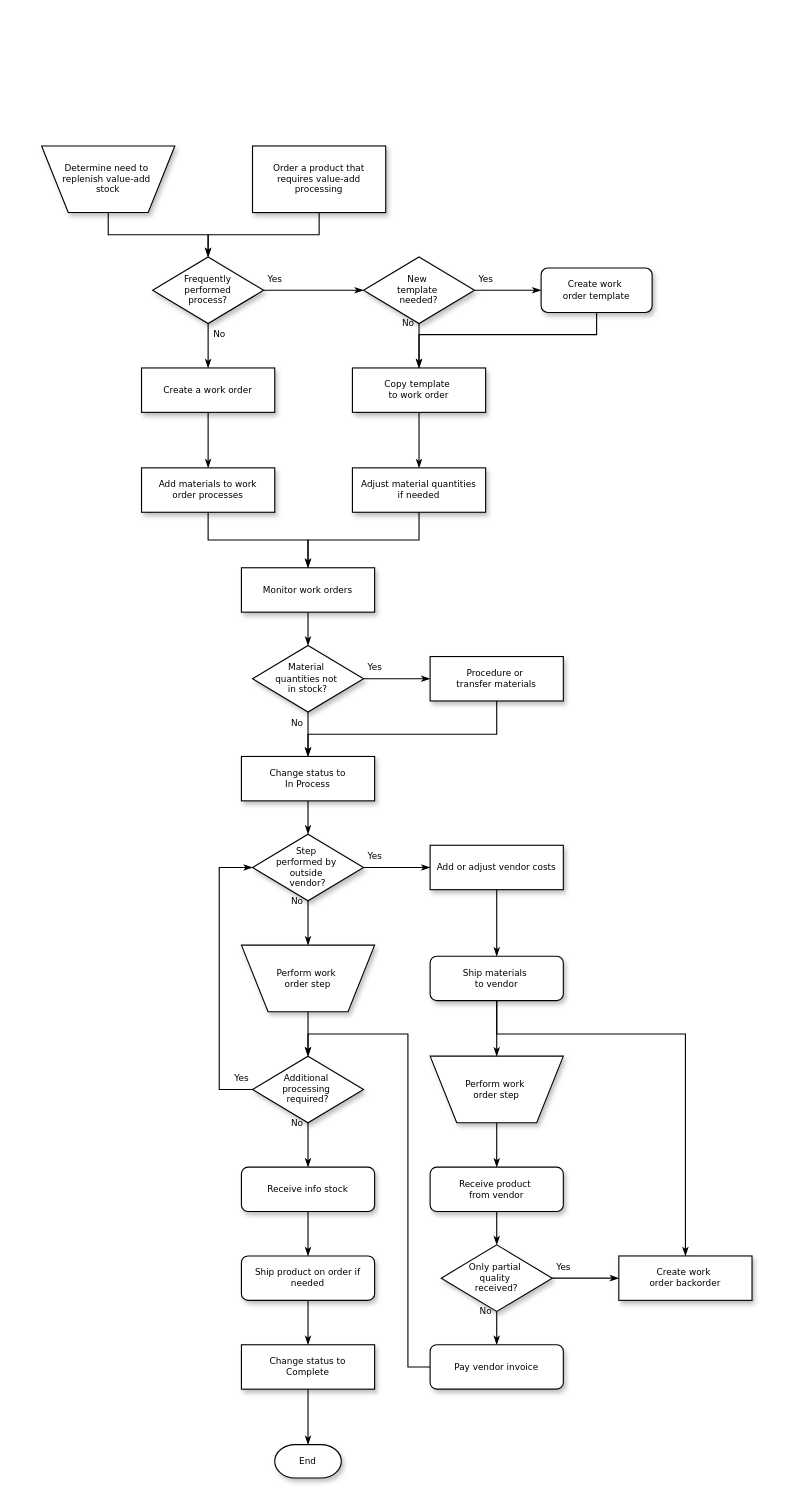
Earlier version of the draw.io diagram 未命名绘图.drawio (darKleaf-cn/test-rest-api). Source tidied: cells renumbered, new cells numbered last; positions are measured from the earlier drawing's top-left corner, leaving out a move shared by most shapes. Both pictures are drawn from the tidied source at 111%, with x=0, y=0 at pixel (41, 145).
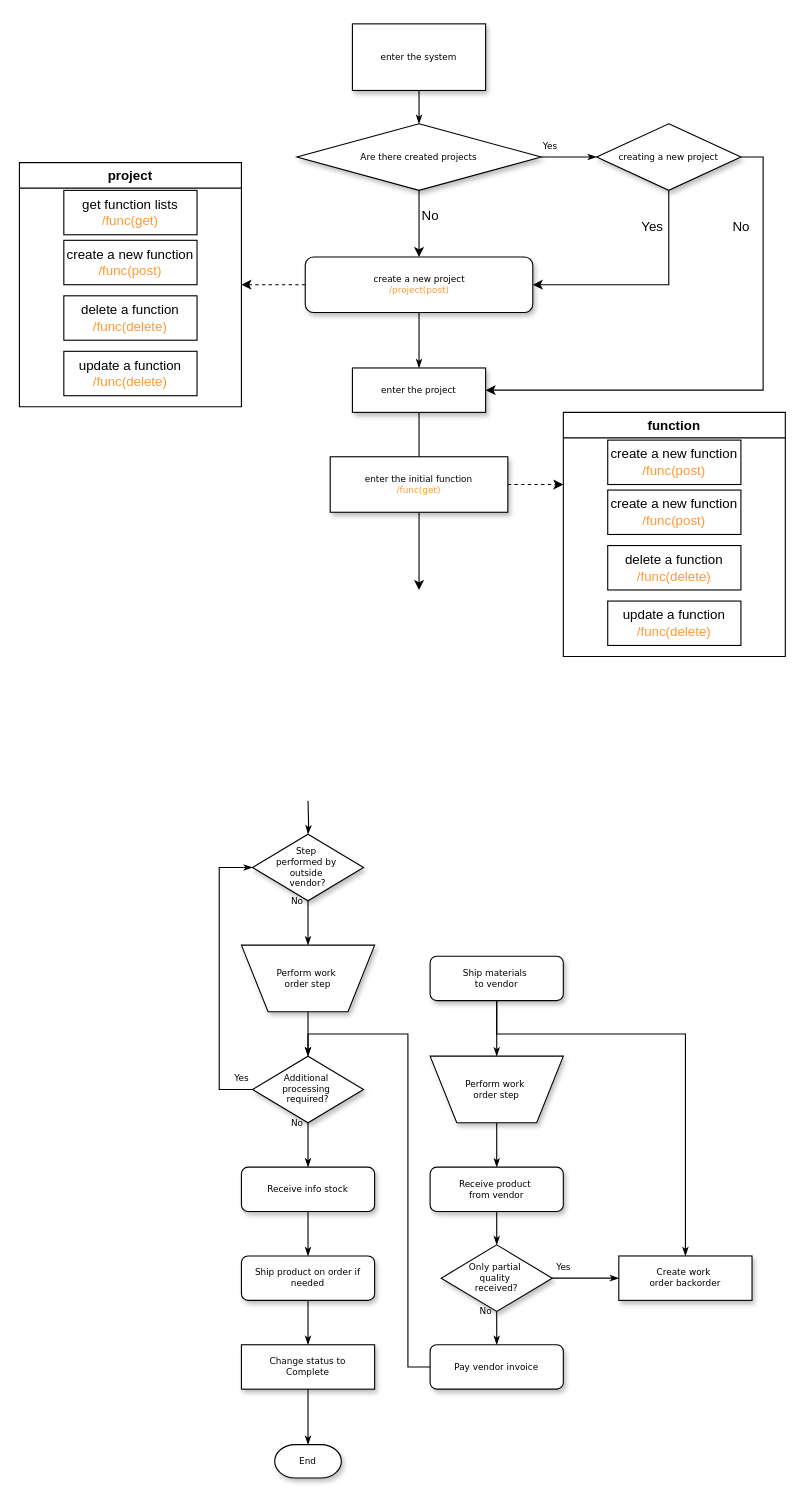
After the change.

The change refers to these unchanged cells:
```xml
<mxCell id="33" value="Step&amp;nbsp;&lt;div&gt;performed by&amp;nbsp;&lt;/div&gt;&lt;div&gt;outside&amp;nbsp;&lt;/div&gt;&lt;div&gt;vendor?&lt;/div&gt;" style="rhombus;whiteSpace=wrap;html=1;rounded=0;shadow=1;labelBackgroundColor=none;strokeWidth=1;fontFamily=Verdana;fontSize=8;align=center;" parent="1" vertex="1">
  <mxGeometry x="190" y="620" width="100" height="60" as="geometry" />
</mxCell>
<mxCell id="40" value="Ship materials&amp;nbsp;&lt;div&gt;to vendor&lt;/div&gt;" style="rounded=1;whiteSpace=wrap;html=1;shadow=1;labelBackgroundColor=none;strokeWidth=1;fontFamily=Verdana;fontSize=8;align=center;" parent="1" vertex="1">
  <mxGeometry x="350" y="730" width="120" height="40" as="geometry" />
</mxCell>
```

Diff of the diagram source:
```diff
@@
-    <mxCell id="2" style="edgeStyle=orthogonalEdgeStyle;rounded=0;html=1;labelBackgroundColor=none;startSize=5;endArrow=classicThin;endFill=1;endSize=5;jettySize=auto;strokeWidth=1;fontFamily=Verdana;fontSize=8;" parent="1" edge="1" source="3" target="8">
-      <mxGeometry relative="1" as="geometry" />
-    </mxCell>
-    <mxCell id="3" value="Determine need to&amp;nbsp;&lt;div&gt;replenish value-add&amp;nbsp;&lt;/div&gt;&lt;div&gt;stock&lt;/div&gt;" style="shape=trapezoid;whiteSpace=wrap;html=1;rounded=0;shadow=1;labelBackgroundColor=none;strokeWidth=1;fontFamily=Verdana;fontSize=8;align=center;flipV=1;" parent="1" vertex="1">
-      <mxGeometry width="120" height="60" as="geometry" />
-    </mxCell>
@@
-    <mxCell id="5" value="Order a product that&lt;div&gt;requires value-add processing&lt;/div&gt;" style="rounded=0;whiteSpace=wrap;html=1;shadow=1;labelBackgroundColor=none;strokeWidth=1;fontFamily=Verdana;fontSize=8;align=center;" parent="1" vertex="1">
-      <mxGeometry x="190" width="120" height="60" as="geometry" />
+    <mxCell id="5" value="enter the system" style="rounded=0;whiteSpace=wrap;html=1;shadow=1;labelBackgroundColor=none;strokeWidth=1;fontFamily=Verdana;fontSize=8;align=center;" parent="1" vertex="1">
+      <mxGeometry x="280" y="-110" width="120" height="60" as="geometry" />
     </mxCell>
-    <mxCell id="6" value="Yes" style="edgeStyle=orthogonalEdgeStyle;rounded=0;html=1;labelBackgroundColor=none;startSize=5;endArrow=classicThin;endFill=1;endSize=5;jettySize=auto;strokeWidth=1;fontFamily=Verdana;fontSize=8;" parent="1" edge="1" source="8" target="11">
-      <mxGeometry x="-0.78" y="10" relative="1" as="geometry" />
-    </mxCell>
-    <mxCell id="7" value="No" style="edgeStyle=orthogonalEdgeStyle;rounded=0;html=1;labelBackgroundColor=none;startSize=5;endArrow=classicThin;endFill=1;endSize=5;jettySize=auto;strokeWidth=1;fontFamily=Verdana;fontSize=8;" parent="1" edge="1" source="8" target="15">
-      <mxGeometry x="-0.5" y="10" relative="1" as="geometry" />
-    </mxCell>
+    <mxCell id="61" style="edgeStyle=orthogonalEdgeStyle;rounded=0;jettySize=auto;html=1;exitX=0.5;exitY=1;exitDx=0;exitDy=0;entryX=0.5;entryY=0;entryDx=0;entryDy=0;" parent="1" edge="1" source="8" target="13">
+      <mxGeometry relative="1" as="geometry" />
+    </mxCell>
-    <mxCell id="8" value="Frequently&lt;div&gt;performed&lt;/div&gt;&lt;div&gt;process?&lt;/div&gt;" style="rhombus;whiteSpace=wrap;html=1;rounded=0;shadow=1;labelBackgroundColor=none;strokeWidth=1;fontFamily=Verdana;fontSize=8;align=center;" parent="1" vertex="1">
-      <mxGeometry x="100" y="100" width="100" height="60" as="geometry" />
+    <mxCell id="8" value="Are there created projects" style="rhombus;whiteSpace=wrap;html=1;rounded=0;shadow=1;labelBackgroundColor=none;strokeWidth=1;fontFamily=Verdana;fontSize=8;align=center;" parent="1" vertex="1">
+      <mxGeometry x="230" y="-20" width="220" height="60" as="geometry" />
     </mxCell>
-    <mxCell id="9" value="Yes" style="edgeStyle=orthogonalEdgeStyle;rounded=0;html=1;labelBackgroundColor=none;startSize=5;endArrow=classicThin;endFill=1;endSize=5;jettySize=auto;strokeWidth=1;fontFamily=Verdana;fontSize=8;" parent="1" edge="1" source="11" target="13">
+    <mxCell id="9" value="Yes" style="edgeStyle=orthogonalEdgeStyle;rounded=0;html=1;labelBackgroundColor=none;startSize=5;endArrow=classicThin;endFill=1;endSize=5;jettySize=auto;strokeWidth=1;fontFamily=Verdana;fontSize=8;entryX=0;entryY=0.5;entryDx=0;entryDy=0;exitX=1;exitY=0.5;exitDx=0;exitDy=0;" parent="1" edge="1" source="8" target="11">
       <mxGeometry x="-0.67" y="10" relative="1" as="geometry" />
     </mxCell>
+    <mxCell id="62" style="edgeStyle=orthogonalEdgeStyle;rounded=0;orthogonalLoop=1;jettySize=auto;html=1;exitX=0;exitY=0.5;exitDx=0;exitDy=0;entryX=0;entryY=0.5;entryDx=0;entryDy=0;" parent="1" edge="1" source="11" target="11">
+      <mxGeometry relative="1" as="geometry" />
+    </mxCell>
+    <mxCell id="63" style="edgeStyle=orthogonalEdgeStyle;rounded=0;jettySize=auto;html=1;exitX=0.5;exitY=1;exitDx=0;exitDy=0;entryX=1;entryY=0.5;entryDx=0;entryDy=0;" parent="1" edge="1" source="11" target="13">
+      <mxGeometry relative="1" as="geometry" />
+    </mxCell>
-    <mxCell id="10" value="No" style="edgeStyle=orthogonalEdgeStyle;rounded=0;html=1;labelBackgroundColor=none;startSize=5;endArrow=classicThin;endFill=1;endSize=5;jettySize=auto;strokeWidth=1;fontFamily=Verdana;fontSize=8;" parent="1" edge="1" source="11" target="17">
-      <mxGeometry x="-1" y="-10" relative="1" as="geometry" />
+    <mxCell id="10" style="edgeStyle=orthogonalEdgeStyle;rounded=0;jettySize=auto;html=1;exitX=1;exitY=0.5;exitDx=0;exitDy=0;entryX=1;entryY=0.5;entryDx=0;entryDy=0;" parent="1" edge="1" source="11" target="17">
+      <mxGeometry relative="1" as="geometry" />
     </mxCell>
-    <mxCell id="11" value="New&amp;nbsp;&lt;div&gt;template&amp;nbsp;&lt;/div&gt;&lt;div&gt;needed?&lt;/div&gt;" style="rhombus;whiteSpace=wrap;html=1;rounded=0;shadow=1;labelBackgroundColor=none;strokeWidth=1;fontFamily=Verdana;fontSize=8;align=center;" parent="1" vertex="1">
-      <mxGeometry x="290" y="100" width="100" height="60" as="geometry" />
+    <mxCell id="11" value="creating a new project" style="rhombus;whiteSpace=wrap;html=1;rounded=0;shadow=1;labelBackgroundColor=none;strokeWidth=1;fontFamily=Verdana;fontSize=8;align=center;" parent="1" vertex="1">
+      <mxGeometry x="500" y="-20" width="130" height="60" as="geometry" />
     </mxCell>
-    <mxCell id="12" style="edgeStyle=orthogonalEdgeStyle;rounded=0;html=1;labelBackgroundColor=none;startSize=5;endArrow=classicThin;endFill=1;endSize=5;jettySize=auto;strokeWidth=1;fontFamily=Verdana;fontSize=8;" parent="1" edge="1" source="13" target="17">
+    <mxCell id="12" style="edgeStyle=orthogonalEdgeStyle;rounded=0;html=1;labelBackgroundColor=none;startSize=5;endArrow=classicThin;endFill=1;endSize=5;jettySize=auto;strokeWidth=1;fontFamily=Verdana;fontSize=8;exitX=0.5;exitY=1;exitDx=0;exitDy=0;" parent="1" edge="1" source="13" target="17">
       <mxGeometry relative="1" as="geometry">
         <Array as="points">
-          <mxPoint x="500" y="170" />
-          <mxPoint x="340" y="170" />
+          <mxPoint x="340" y="160" />
+          <mxPoint x="340" y="160" />
         </Array>
       </mxGeometry>
     </mxCell>
+    <mxCell id="64" style="edgeStyle=orthogonalEdgeStyle;rounded=0;jettySize=auto;html=1;exitX=0;exitY=0.5;exitDx=0;exitDy=0;entryX=1;entryY=0.5;entryDx=0;entryDy=0;dashed=1;" parent="1" edge="1" source="13" target="75">
+      <mxGeometry relative="1" as="geometry" />
+    </mxCell>
-    <mxCell id="13" value="Create work&amp;nbsp;&lt;div&gt;order template&lt;/div&gt;" style="rounded=1;whiteSpace=wrap;html=1;shadow=1;labelBackgroundColor=none;strokeWidth=1;fontFamily=Verdana;fontSize=8;align=center;" parent="1" vertex="1">
-      <mxGeometry x="450" y="110" width="100" height="40" as="geometry" />
+    <mxCell id="13" value="create a new project&lt;br&gt;&lt;font color=&quot;#ff9933&quot;&gt;/project(post)&lt;/font&gt;" style="rounded=1;whiteSpace=wrap;html=1;shadow=1;labelBackgroundColor=none;strokeWidth=1;fontFamily=Verdana;fontSize=8;align=center;" parent="1" vertex="1">
+      <mxGeometry x="237.5" y="100" width="205" height="50" as="geometry" />
     </mxCell>
-    <mxCell id="14" style="edgeStyle=orthogonalEdgeStyle;rounded=0;html=1;labelBackgroundColor=none;startSize=5;endArrow=classicThin;endFill=1;endSize=5;jettySize=auto;strokeWidth=1;fontFamily=Verdana;fontSize=8;" parent="1" edge="1" source="15" target="19">
-      <mxGeometry relative="1" as="geometry" />
-    </mxCell>
-    <mxCell id="15" value="Create a work order" style="whiteSpace=wrap;html=1;rounded=0;shadow=1;labelBackgroundColor=none;strokeWidth=1;fontFamily=Verdana;fontSize=8;align=center;" parent="1" vertex="1">
-      <mxGeometry x="90" y="200" width="120" height="40" as="geometry" />
-    </mxCell>
-    <mxCell id="16" style="edgeStyle=orthogonalEdgeStyle;rounded=0;html=1;labelBackgroundColor=none;startSize=5;endArrow=classicThin;endFill=1;endSize=5;jettySize=auto;strokeWidth=1;fontFamily=Verdana;fontSize=8;" parent="1" edge="1" source="17" target="21">
-      <mxGeometry relative="1" as="geometry" />
+    <mxCell id="16" style="edgeStyle=orthogonalEdgeStyle;rounded=0;html=1;labelBackgroundColor=none;startSize=5;endArrow=classicThin;endFill=1;endSize=5;jettySize=auto;strokeWidth=1;fontFamily=Verdana;fontSize=8;" parent="1" edge="1" source="17">
+      <mxGeometry relative="1" as="geometry">
+        <mxPoint x="340" y="290" as="targetPoint" />
+      </mxGeometry>
     </mxCell>
-    <mxCell id="17" value="Copy template&amp;nbsp;&lt;div&gt;to work order&lt;/div&gt;" style="whiteSpace=wrap;html=1;rounded=0;shadow=1;labelBackgroundColor=none;strokeWidth=1;fontFamily=Verdana;fontSize=8;align=center;" parent="1" vertex="1">
+    <mxCell id="17" value="enter the project" style="whiteSpace=wrap;html=1;rounded=0;shadow=1;labelBackgroundColor=none;strokeWidth=1;fontFamily=Verdana;fontSize=8;align=center;" parent="1" vertex="1">
       <mxGeometry x="280" y="200" width="120" height="40" as="geometry" />
     </mxCell>
-    <mxCell id="18" style="edgeStyle=orthogonalEdgeStyle;rounded=0;html=1;labelBackgroundColor=none;startSize=5;endArrow=classicThin;endFill=1;endSize=5;jettySize=auto;strokeWidth=1;fontFamily=Verdana;fontSize=8;" parent="1" edge="1" source="19" target="23">
-      <mxGeometry relative="1" as="geometry" />
-    </mxCell>
-    <mxCell id="19" value="Add materials to work order processes" style="whiteSpace=wrap;html=1;rounded=0;shadow=1;labelBackgroundColor=none;strokeWidth=1;fontFamily=Verdana;fontSize=8;align=center;spacing=6;" parent="1" vertex="1">
-      <mxGeometry x="90" y="290" width="120" height="40" as="geometry" />
-    </mxCell>
-    <mxCell id="20" style="edgeStyle=orthogonalEdgeStyle;rounded=0;html=1;labelBackgroundColor=none;startSize=5;endArrow=classicThin;endFill=1;endSize=5;jettySize=auto;strokeWidth=1;fontFamily=Verdana;fontSize=8;" parent="1" edge="1" source="21" target="23">
-      <mxGeometry relative="1" as="geometry" />
-    </mxCell>
-    <mxCell id="21" value="Adjust material quantities if needed" style="whiteSpace=wrap;html=1;rounded=0;shadow=1;labelBackgroundColor=none;strokeWidth=1;fontFamily=Verdana;fontSize=8;align=center;spacing=6;" parent="1" vertex="1">
-      <mxGeometry x="280" y="290" width="120" height="40" as="geometry" />
-    </mxCell>
-    <mxCell id="22" style="edgeStyle=orthogonalEdgeStyle;rounded=0;html=1;labelBackgroundColor=none;startSize=5;endArrow=classicThin;endFill=1;endSize=5;jettySize=auto;strokeWidth=1;fontFamily=Verdana;fontSize=8;" parent="1" edge="1" source="23" target="26">
-      <mxGeometry relative="1" as="geometry" />
-    </mxCell>
-    <mxCell id="23" value="Monitor work orders" style="whiteSpace=wrap;html=1;rounded=0;shadow=1;labelBackgroundColor=none;strokeWidth=1;fontFamily=Verdana;fontSize=8;align=center;" parent="1" vertex="1">
-      <mxGeometry x="180" y="380" width="120" height="40" as="geometry" />
-    </mxCell>
-    <mxCell id="24" value="Yes" style="edgeStyle=orthogonalEdgeStyle;rounded=0;html=1;labelBackgroundColor=none;startSize=5;endArrow=classicThin;endFill=1;endSize=5;jettySize=auto;strokeWidth=1;fontFamily=Verdana;fontSize=8;" parent="1" edge="1" source="26" target="28">
-      <mxGeometry x="-0.67" y="10" relative="1" as="geometry" />
-    </mxCell>
-    <mxCell id="25" value="No" style="edgeStyle=orthogonalEdgeStyle;rounded=0;html=1;labelBackgroundColor=none;startSize=5;endArrow=classicThin;endFill=1;endSize=5;jettySize=auto;strokeWidth=1;fontFamily=Verdana;fontSize=8;" parent="1" edge="1" source="26" target="30">
-      <mxGeometry x="-0.5" y="-10" relative="1" as="geometry" />
-    </mxCell>
-    <mxCell id="26" value="Material&amp;nbsp;&lt;div&gt;quantities not&amp;nbsp;&lt;/div&gt;&lt;div&gt;in stock?&lt;/div&gt;" style="rhombus;whiteSpace=wrap;html=1;rounded=0;shadow=1;labelBackgroundColor=none;strokeWidth=1;fontFamily=Verdana;fontSize=8;align=center;" parent="1" vertex="1">
-      <mxGeometry x="190" y="450" width="100" height="60" as="geometry" />
-    </mxCell>
-    <mxCell id="27" style="edgeStyle=orthogonalEdgeStyle;rounded=0;html=1;labelBackgroundColor=none;startSize=5;endArrow=classicThin;endFill=1;endSize=5;jettySize=auto;strokeWidth=1;fontFamily=Verdana;fontSize=8;" parent="1" edge="1" source="28" target="30">
-      <mxGeometry relative="1" as="geometry">
-        <Array as="points">
-          <mxPoint x="410" y="530" />
-          <mxPoint x="240" y="530" />
-        </Array>
-      </mxGeometry>
-    </mxCell>
-    <mxCell id="28" value="Procedure or&amp;nbsp;&lt;div&gt;transfer materials&lt;/div&gt;" style="whiteSpace=wrap;html=1;rounded=0;shadow=1;labelBackgroundColor=none;strokeWidth=1;fontFamily=Verdana;fontSize=8;align=center;" parent="1" vertex="1">
-      <mxGeometry x="350" y="460" width="120" height="40" as="geometry" />
-    </mxCell>
-    <mxCell id="29" style="edgeStyle=orthogonalEdgeStyle;rounded=0;html=1;labelBackgroundColor=none;startSize=5;endArrow=classicThin;endFill=1;endSize=5;jettySize=auto;strokeWidth=1;fontFamily=Verdana;fontSize=8;" parent="1" edge="1" source="30" target="33">
-      <mxGeometry relative="1" as="geometry" />
+    <mxCell id="29" style="edgeStyle=orthogonalEdgeStyle;rounded=0;html=1;labelBackgroundColor=none;startSize=5;endArrow=classicThin;endFill=1;endSize=5;jettySize=auto;strokeWidth=1;fontFamily=Verdana;fontSize=8;" parent="1" edge="1" target="33">
+      <mxGeometry relative="1" as="geometry">
+        <mxPoint x="240" y="590" as="sourcePoint" />
+      </mxGeometry>
     </mxCell>
-    <mxCell id="30" value="Change status to&lt;div&gt;In Process&lt;/div&gt;" style="whiteSpace=wrap;html=1;rounded=0;shadow=1;labelBackgroundColor=none;strokeWidth=1;fontFamily=Verdana;fontSize=8;align=center;" parent="1" vertex="1">
-      <mxGeometry x="180" y="550" width="120" height="40" as="geometry" />
-    </mxCell>
-    <mxCell id="31" value="Yes" style="edgeStyle=orthogonalEdgeStyle;rounded=0;html=1;labelBackgroundColor=none;startSize=5;endArrow=classicThin;endFill=1;endSize=5;jettySize=auto;strokeWidth=1;fontFamily=Verdana;fontSize=8;" parent="1" edge="1" source="33" target="35">
-      <mxGeometry x="-0.67" y="10" relative="1" as="geometry" />
-    </mxCell>
@@
-    <mxCell id="34" style="edgeStyle=orthogonalEdgeStyle;rounded=0;html=1;labelBackgroundColor=none;startSize=5;endArrow=classicThin;endFill=1;endSize=5;jettySize=auto;strokeWidth=1;fontFamily=Verdana;fontSize=8;" parent="1" edge="1" source="35" target="40">
-      <mxGeometry relative="1" as="geometry" />
-    </mxCell>
+    <mxCell id="65" style="edgeStyle=orthogonalEdgeStyle;rounded=0;jettySize=auto;html=1;" parent="1" edge="1" source="35">
+      <mxGeometry relative="1" as="geometry">
+        <mxPoint x="340" y="400" as="targetPoint" />
+      </mxGeometry>
+    </mxCell>
+    <mxCell id="66" style="edgeStyle=orthogonalEdgeStyle;rounded=0;jettySize=auto;html=1;exitX=1;exitY=0.5;exitDx=0;exitDy=0;dashed=1;" parent="1" edge="1" source="35">
+      <mxGeometry relative="1" as="geometry">
+        <mxPoint x="470" y="305" as="targetPoint" />
+      </mxGeometry>
+    </mxCell>
-    <mxCell id="35" value="Add or adjust vendor costs" style="whiteSpace=wrap;html=1;rounded=0;shadow=1;labelBackgroundColor=none;strokeWidth=1;fontFamily=Verdana;fontSize=8;align=center;" parent="1" vertex="1">
-      <mxGeometry x="350" y="630" width="120" height="40" as="geometry" />
+    <mxCell id="35" value="enter the initial function&lt;br&gt;&lt;font color=&quot;#ff9933&quot;&gt;/func(get)&lt;/font&gt;" style="whiteSpace=wrap;html=1;rounded=0;shadow=1;labelBackgroundColor=none;strokeWidth=1;fontFamily=Verdana;fontSize=8;align=center;" parent="1" vertex="1">
+      <mxGeometry x="260" y="280" width="160" height="50" as="geometry" />
     </mxCell>
@@
+    <mxCell id="67" value="No" style="text;html=1;align=center;verticalAlign=middle;strokeColor=none;fillColor=none;" parent="1" vertex="1">
+      <mxGeometry x="330" y="48" width="40" height="30" as="geometry" />
+    </mxCell>
+    <mxCell id="68" value="Yes" style="text;html=1;align=center;verticalAlign=middle;strokeColor=none;fillColor=none;" parent="1" vertex="1">
+      <mxGeometry x="530" y="58" width="40" height="30" as="geometry" />
+    </mxCell>
+    <mxCell id="69" value="No" style="text;html=1;align=center;verticalAlign=middle;strokeColor=none;fillColor=none;" parent="1" vertex="1">
+      <mxGeometry x="610" y="58" width="40" height="30" as="geometry" />
+    </mxCell>
+    <mxCell id="70" value="function" style="swimlane;" parent="1" vertex="1">
+      <mxGeometry x="470" y="240" width="200" height="220" as="geometry" />
+    </mxCell>
+    <mxCell id="71" value="create a new function&lt;br&gt;&lt;font color=&quot;#ff9933&quot;&gt;/func(post)&lt;/font&gt;" style="whiteSpace=wrap;html=1;" parent="70" vertex="1">
+      <mxGeometry x="40" y="70" width="120" height="40" as="geometry" />
+    </mxCell>
+    <mxCell id="72" value="delete a function&lt;br&gt;&lt;font color=&quot;#ff9933&quot;&gt;/func(delete)&lt;/font&gt;" style="whiteSpace=wrap;html=1;" parent="70" vertex="1">
+      <mxGeometry x="40" y="120" width="120" height="40" as="geometry" />
+    </mxCell>
+    <mxCell id="73" value="update a function&lt;br&gt;&lt;font color=&quot;#ff9933&quot;&gt;/func(delete)&lt;/font&gt;" style="whiteSpace=wrap;html=1;" parent="70" vertex="1">
+      <mxGeometry x="40" y="170" width="120" height="40" as="geometry" />
+    </mxCell>
+    <mxCell id="74" value="create a new function&lt;br&gt;&lt;font color=&quot;#ff9933&quot;&gt;/func(post)&lt;/font&gt;" style="whiteSpace=wrap;html=1;" parent="70" vertex="1">
+      <mxGeometry x="40" y="25" width="120" height="40" as="geometry" />
+    </mxCell>
+    <mxCell id="75" value="project" style="swimlane;" parent="1" vertex="1">
+      <mxGeometry x="-20" y="15" width="200" height="220" as="geometry" />
+    </mxCell>
+    <mxCell id="76" value="create a new function&lt;br&gt;&lt;font color=&quot;#ff9933&quot;&gt;/func(post)&lt;/font&gt;" style="whiteSpace=wrap;html=1;" parent="75" vertex="1">
+      <mxGeometry x="40" y="70" width="120" height="40" as="geometry" />
+    </mxCell>
+    <mxCell id="77" value="delete a function&lt;br&gt;&lt;font color=&quot;#ff9933&quot;&gt;/func(delete)&lt;/font&gt;" style="whiteSpace=wrap;html=1;" parent="75" vertex="1">
+      <mxGeometry x="40" y="120" width="120" height="40" as="geometry" />
+    </mxCell>
+    <mxCell id="78" value="update a function&lt;br&gt;&lt;font color=&quot;#ff9933&quot;&gt;/func(delete)&lt;/font&gt;" style="whiteSpace=wrap;html=1;" parent="75" vertex="1">
+      <mxGeometry x="40" y="170" width="120" height="40" as="geometry" />
+    </mxCell>
+    <mxCell id="79" value="get function lists&lt;br&gt;&lt;font color=&quot;#ff9933&quot;&gt;/func(get)&lt;/font&gt;" style="whiteSpace=wrap;html=1;" parent="75" vertex="1">
+      <mxGeometry x="40" y="25" width="120" height="40" as="geometry" />
+    </mxCell>
```
